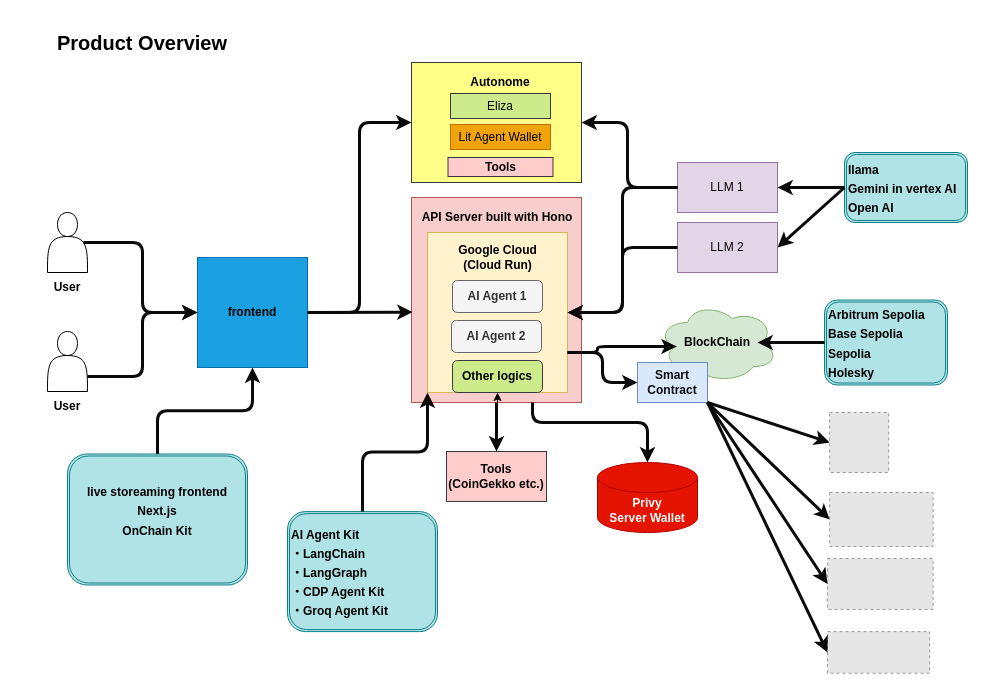
Above: page "Page-1" (1 of 2) of docs/architecture.drawio in mashharuki/AgenticEthereum2025 (draw.io), before the change. Source tidied: cells renumbered, new cells numbered last; positions are measured from the earlier drawing's top-left corner, leaving out a move shared by most shapes. Both pictures are drawn from the tidied source at 100%, with x=0, y=0 at pixel (17, 17). Pictures stored in the file or linked from it are replaced by grey dashed boxes.
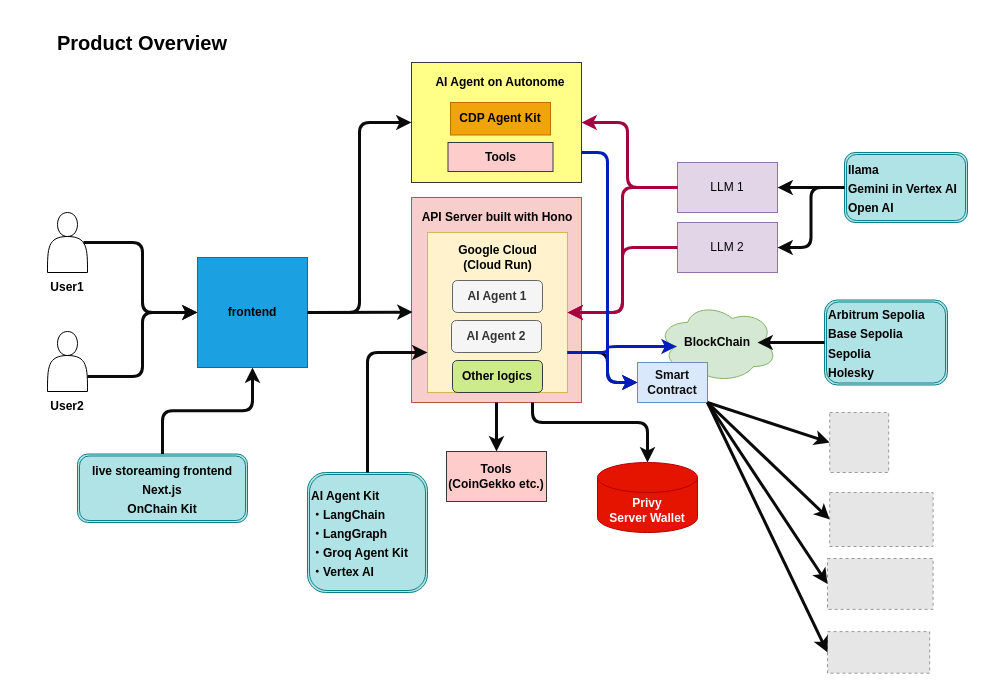
After the change.

Commit message:
fix(api): correct configuration issues in agent setup

Unchanged cells that the change refers to:
```xml
<mxCell id="9" value="&lt;font color=&quot;#050505&quot;&gt;&lt;b&gt;BlockChain&lt;/b&gt;&lt;/font&gt;" style="ellipse;shape=cloud;whiteSpace=wrap;html=1;fillColor=#d5e8d4;strokeColor=#82b366;" parent="1" vertex="1">
  <mxGeometry x="640" y="285" width="120" height="80" as="geometry" />
</mxCell>
<mxCell id="10" value="&lt;font color=&quot;#030303&quot;&gt;LLM 1&lt;/font&gt;" style="rounded=0;whiteSpace=wrap;html=1;fillColor=#e1d5e7;strokeColor=#9673a6;" parent="1" vertex="1">
  <mxGeometry x="660" y="145" width="100" height="50" as="geometry" />
</mxCell>
<mxCell id="11" value="&lt;font color=&quot;#0d0c0c&quot;&gt;&lt;b&gt;Smart&lt;br&gt;Contract&lt;br&gt;&lt;/b&gt;&lt;/font&gt;" style="rounded=0;whiteSpace=wrap;html=1;fillColor=#dae8fc;strokeColor=#6c8ebf;" parent="1" vertex="1">
  <mxGeometry x="620" y="345" width="70" height="40" as="geometry" />
</mxCell>
<mxCell id="12" value="&lt;font color=&quot;#080707&quot;&gt;LLM 2&lt;/font&gt;" style="rounded=0;whiteSpace=wrap;html=1;fillColor=#e1d5e7;strokeColor=#9673a6;" parent="1" vertex="1">
  <mxGeometry x="660" y="205" width="100" height="50" as="geometry" />
</mxCell>
<mxCell id="14" style="rounded=0;whiteSpace=wrap;html=1;fillColor=#fff2cc;strokeColor=#d6b656;" parent="1" vertex="1">
  <mxGeometry x="410" y="215" width="140" height="160" as="geometry" />
</mxCell>
<mxCell id="21" value="&lt;font color=&quot;#000000&quot;&gt;&lt;b&gt;Other logics&lt;/b&gt;&lt;/font&gt;" style="rounded=1;whiteSpace=wrap;html=1;fillColor=#cdeb8b;strokeColor=#36393d;" parent="1" vertex="1">
  <mxGeometry x="435" y="343" width="90" height="32" as="geometry" />
</mxCell>
<mxCell id="29" value="&lt;font color=&quot;#030303&quot;&gt;&lt;b&gt;Tools&lt;br&gt;(CoinGekko etc.)&lt;br&gt;&lt;/b&gt;&lt;/font&gt;" style="rounded=0;whiteSpace=wrap;html=1;fillColor=#ffcccc;strokeColor=#36393d;" parent="1" vertex="1">
  <mxGeometry x="429" y="434" width="100" height="50" as="geometry" />
</mxCell>
<mxCell id="38" style="rounded=0;whiteSpace=wrap;html=1;fillColor=#ffff88;strokeColor=#36393d;" parent="1" vertex="1">
  <mxGeometry x="394" y="45" width="170" height="120" as="geometry" />
</mxCell>
```

The edit, as a diff of the source:
```diff
@@
-    <mxCell id="4" value="&lt;font color=&quot;#000000&quot;&gt;&lt;b&gt;User&lt;/b&gt;&lt;/font&gt;" style="text;html=1;strokeColor=none;fillColor=none;align=center;verticalAlign=middle;whiteSpace=wrap;rounded=0;" parent="1" vertex="1">
+    <mxCell id="4" value="&lt;font color=&quot;#000000&quot;&gt;&lt;b&gt;User1&lt;/b&gt;&lt;/font&gt;" style="text;html=1;strokeColor=none;fillColor=none;align=center;verticalAlign=middle;whiteSpace=wrap;rounded=0;" parent="1" vertex="1">
       <mxGeometry x="20" y="255" width="60" height="30" as="geometry" />
     </mxCell>
@@
-    <mxCell id="6" value="&lt;font color=&quot;#000000&quot;&gt;&lt;b&gt;User&lt;/b&gt;&lt;/font&gt;" style="text;html=1;strokeColor=none;fillColor=none;align=center;verticalAlign=middle;whiteSpace=wrap;rounded=0;" parent="1" vertex="1">
+    <mxCell id="6" value="&lt;font color=&quot;#000000&quot;&gt;&lt;b&gt;User2&lt;/b&gt;&lt;/font&gt;" style="text;html=1;strokeColor=none;fillColor=none;align=center;verticalAlign=middle;whiteSpace=wrap;rounded=0;" parent="1" vertex="1">
       <mxGeometry x="20" y="374" width="60" height="30" as="geometry" />
     </mxCell>
@@
-    <mxCell id="22" value="&lt;font style=&quot;font-size: 12px;&quot;&gt;live storeaming frontend&lt;br&gt;Next.js&lt;br&gt;OnChain Kit&lt;br&gt;&lt;br&gt;&lt;/font&gt;" style="shape=ext;double=1;rounded=1;whiteSpace=wrap;html=1;fontSize=16;fillColor=#b0e3e6;strokeColor=#0e8088;fontColor=#000000;fontStyle=1;" parent="1" vertex="1">
-      <mxGeometry x="50" y="436.5" width="180" height="131" as="geometry" />
+    <mxCell id="22" value="&lt;font style=&quot;font-size: 12px;&quot;&gt;live storeaming frontend&lt;br&gt;Next.js&lt;br&gt;OnChain Kit&lt;br&gt;&lt;/font&gt;" style="shape=ext;double=1;rounded=1;whiteSpace=wrap;html=1;fontSize=16;fillColor=#b0e3e6;strokeColor=#0e8088;fontColor=#000000;fontStyle=1;" parent="1" vertex="1">
+      <mxGeometry x="60" y="436.5" width="170" height="68.5" as="geometry" />
     </mxCell>
@@
-    <mxCell id="24" style="endArrow=classic;html=1;fontColor=#000000;labelBorderColor=#000000;strokeColor=#0b0a0a;strokeWidth=3;entryX=1;entryY=0.5;entryDx=0;entryDy=0;exitX=0;exitY=0.5;exitDx=0;exitDy=0;edgeStyle=orthogonalEdgeStyle;" parent="1" edge="1" source="10" target="14">
+    <mxCell id="24" style="endArrow=classic;html=1;fontColor=#000000;labelBorderColor=#000000;strokeColor=#A50040;strokeWidth=3;entryX=1;entryY=0.5;entryDx=0;entryDy=0;exitX=0;exitY=0.5;exitDx=0;exitDy=0;edgeStyle=orthogonalEdgeStyle;fillColor=#d80073;" parent="1" edge="1" source="10" target="14">
       <mxGeometry relative="1" as="geometry" />
     </mxCell>
-    <mxCell id="25" style="endArrow=classic;html=1;fontColor=#000000;labelBorderColor=#000000;strokeColor=#0b0a0a;strokeWidth=3;entryX=1;entryY=0.5;entryDx=0;entryDy=0;edgeStyle=orthogonalEdgeStyle;" parent="1" edge="1" source="12" target="14">
+    <mxCell id="25" style="endArrow=classic;html=1;fontColor=#000000;labelBorderColor=#000000;strokeColor=#A50040;strokeWidth=3;entryX=1;entryY=0.5;entryDx=0;entryDy=0;edgeStyle=orthogonalEdgeStyle;fillColor=#d80073;" parent="1" edge="1" source="12" target="14">
       <mxGeometry relative="1" as="geometry" />
     </mxCell>
     <mxCell id="26" style="endArrow=classic;html=1;fontColor=#000000;labelBorderColor=#000000;strokeColor=#0b0a0a;strokeWidth=3;entryX=0;entryY=0.5;entryDx=0;entryDy=0;exitX=1;exitY=0.75;exitDx=0;exitDy=0;edgeStyle=orthogonalEdgeStyle;" parent="1" edge="1" source="14" target="11">
-      <mxGeometry relative="1" as="geometry" />
+      <mxGeometry relative="1" as="geometry">
+        <Array as="points">
+          <mxPoint x="590" y="335" />
+          <mxPoint x="590" y="365" />
+        </Array>
+      </mxGeometry>
     </mxCell>
-    <mxCell id="27" style="endArrow=classic;html=1;fontColor=#000000;labelBorderColor=#000000;strokeColor=#0b0a0a;strokeWidth=3;entryX=0.16;entryY=0.55;entryDx=0;entryDy=0;edgeStyle=orthogonalEdgeStyle;entryPerimeter=0;" parent="1" edge="1" target="9">
+    <mxCell id="27" style="endArrow=classic;html=1;fontColor=#000000;labelBorderColor=#000000;strokeColor=#001DBC;strokeWidth=3;entryX=0.16;entryY=0.55;entryDx=0;entryDy=0;edgeStyle=orthogonalEdgeStyle;entryPerimeter=0;fillColor=#0050ef;" parent="1" edge="1" target="9">
       <mxGeometry relative="1" as="geometry">
         <mxPoint x="550" y="335" as="sourcePoint" />
         <Array as="points">
-          <mxPoint x="580" y="335" />
-          <mxPoint x="580" y="329" />
+          <mxPoint x="590" y="335" />
+          <mxPoint x="590" y="329" />
         </Array>
       </mxGeometry>
     </mxCell>
-    <mxCell id="28" style="edgeStyle=orthogonalEdgeStyle;html=1;fontColor=#000000;" parent="1" edge="1" source="29" target="21">
-      <mxGeometry relative="1" as="geometry" />
-    </mxCell>
@@
-    <mxCell id="31" value="&lt;span style=&quot;font-size: 12px;&quot;&gt;AI Agent Kit&lt;br&gt;・LangChain&lt;br&gt;・LangGraph&lt;br&gt;・CDP Agent Kit&lt;br&gt;・Groq Agent Kit&lt;br&gt;&lt;/span&gt;" style="shape=ext;double=1;rounded=1;whiteSpace=wrap;html=1;fontSize=16;fillColor=#b0e3e6;strokeColor=#0e8088;fontColor=#000000;fontStyle=1;align=left;" parent="1" vertex="1">
-      <mxGeometry x="270" y="494.1" width="150" height="120" as="geometry" />
+    <mxCell id="31" value="&lt;span style=&quot;font-size: 12px;&quot;&gt;AI Agent Kit&lt;br&gt;・LangChain&lt;br&gt;・LangGraph&lt;br&gt;・Groq Agent Kit&lt;br&gt;・Vertex AI&lt;br&gt;&lt;/span&gt;" style="shape=ext;double=1;rounded=1;whiteSpace=wrap;html=1;fontSize=16;fillColor=#b0e3e6;strokeColor=#0e8088;fontColor=#000000;fontStyle=1;align=left;" parent="1" vertex="1">
+      <mxGeometry x="290" y="455" width="120" height="120" as="geometry" />
     </mxCell>
-    <mxCell id="32" style="endArrow=classic;html=1;fontColor=#000000;labelBorderColor=#000000;strokeColor=#0b0a0a;strokeWidth=3;exitX=0.5;exitY=0;exitDx=0;exitDy=0;entryX=0;entryY=1;entryDx=0;entryDy=0;edgeStyle=orthogonalEdgeStyle;" parent="1" edge="1" source="31" target="14">
+    <mxCell id="32" style="endArrow=classic;html=1;fontColor=#000000;labelBorderColor=#000000;strokeColor=#0b0a0a;strokeWidth=3;exitX=0.5;exitY=0;exitDx=0;exitDy=0;entryX=0;entryY=0.75;entryDx=0;entryDy=0;edgeStyle=orthogonalEdgeStyle;" parent="1" edge="1" source="31" target="14">
       <mxGeometry relative="1" as="geometry" />
     </mxCell>
-    <mxCell id="33" value="&lt;span style=&quot;font-size: 12px;&quot;&gt;llama&lt;br&gt;Gemini in vertex AI&lt;br&gt;Open AI&lt;br&gt;&lt;/span&gt;" style="shape=ext;double=1;rounded=1;whiteSpace=wrap;html=1;fontSize=16;fillColor=#b0e3e6;strokeColor=#0e8088;fontColor=#000000;fontStyle=1;align=left;" parent="1" vertex="1">
+    <mxCell id="33" value="&lt;span style=&quot;font-size: 12px;&quot;&gt;llama&lt;br&gt;Gemini in Vertex AI&lt;br&gt;Open AI&lt;br&gt;&lt;/span&gt;" style="shape=ext;double=1;rounded=1;whiteSpace=wrap;html=1;fontSize=16;fillColor=#b0e3e6;strokeColor=#0e8088;fontColor=#000000;fontStyle=1;align=left;" parent="1" vertex="1">
       <mxGeometry x="827" y="135" width="123" height="70" as="geometry" />
     </mxCell>
@@
-    <mxCell id="35" style="endArrow=classic;html=1;fontColor=#000000;labelBorderColor=#000000;strokeColor=#0b0a0a;strokeWidth=3;entryX=1;entryY=0.5;entryDx=0;entryDy=0;exitX=0;exitY=0.5;exitDx=0;exitDy=0;" parent="1" edge="1" source="33" target="12">
+    <mxCell id="35" style="endArrow=classic;html=1;fontColor=#000000;labelBorderColor=#000000;strokeColor=#0b0a0a;strokeWidth=3;entryX=1;entryY=0.5;entryDx=0;entryDy=0;exitX=0;exitY=0.5;exitDx=0;exitDy=0;edgeStyle=orthogonalEdgeStyle;" parent="1" edge="1" source="33" target="12">
       <mxGeometry relative="1" as="geometry" />
     </mxCell>
@@
-    <mxCell id="39" value="&lt;font color=&quot;#000000&quot;&gt;&lt;b&gt;Autonome&lt;/b&gt;&lt;/font&gt;" style="text;html=1;strokeColor=none;fillColor=none;align=center;verticalAlign=middle;whiteSpace=wrap;rounded=0;" parent="1" vertex="1">
+    <mxCell id="39" value="&lt;font color=&quot;#000000&quot;&gt;&lt;b&gt;AI Agent on Autonome&lt;/b&gt;&lt;/font&gt;" style="text;html=1;strokeColor=none;fillColor=none;align=center;verticalAlign=middle;whiteSpace=wrap;rounded=0;" parent="1" vertex="1">
       <mxGeometry x="416" y="50" width="134" height="30" as="geometry" />
     </mxCell>
-    <mxCell id="40" value="&lt;font color=&quot;#030303&quot;&gt;Eliza&lt;/font&gt;" style="rounded=0;whiteSpace=wrap;html=1;fillColor=#cdeb8b;strokeColor=#36393d;" parent="1" vertex="1">
-      <mxGeometry x="433" y="76" width="100" height="25" as="geometry" />
-    </mxCell>
     <mxCell id="41" value="&lt;font color=&quot;#030303&quot;&gt;&lt;b&gt;Tools&lt;br&gt;&lt;/b&gt;&lt;/font&gt;" style="rounded=0;whiteSpace=wrap;html=1;fillColor=#ffcccc;strokeColor=#36393d;" parent="1" vertex="1">
-      <mxGeometry x="430.5" y="140" width="105" height="19" as="geometry" />
+      <mxGeometry x="430.5" y="125" width="105" height="29" as="geometry" />
     </mxCell>
@@
-    <mxCell id="43" style="endArrow=classic;html=1;fontColor=#000000;labelBorderColor=#000000;strokeColor=#0b0a0a;strokeWidth=3;entryX=1;entryY=0.5;entryDx=0;entryDy=0;exitX=0;exitY=0.5;exitDx=0;exitDy=0;edgeStyle=orthogonalEdgeStyle;" parent="1" edge="1" source="10" target="38">
+    <mxCell id="43" style="endArrow=classic;html=1;fontColor=#000000;labelBorderColor=#000000;strokeColor=#A50040;strokeWidth=3;entryX=1;entryY=0.5;entryDx=0;entryDy=0;exitX=0;exitY=0.5;exitDx=0;exitDy=0;edgeStyle=orthogonalEdgeStyle;fillColor=#d80073;" parent="1" edge="1" source="10" target="38">
       <mxGeometry relative="1" as="geometry">
         <Array as="points">
           <mxPoint x="610" y="170" />
           <mxPoint x="610" y="105" />
         </Array>
       </mxGeometry>
     </mxCell>
-    <mxCell id="44" value="&lt;font color=&quot;#030303&quot;&gt;Lit Agent Wallet&lt;/font&gt;" style="rounded=0;whiteSpace=wrap;html=1;fillColor=#f0a30a;strokeColor=#BD7000;fontColor=#000000;" parent="1" vertex="1">
-      <mxGeometry x="433" y="107" width="100" height="25" as="geometry" />
+    <mxCell id="44" value="&lt;font color=&quot;#030303&quot;&gt;&lt;b&gt;CDP Agent Kit&lt;/b&gt;&lt;/font&gt;" style="rounded=0;whiteSpace=wrap;html=1;fillColor=#f0a30a;strokeColor=#BD7000;fontColor=#000000;" parent="1" vertex="1">
+      <mxGeometry x="433" y="85" width="100" height="32.5" as="geometry" />
     </mxCell>
@@
+    <mxCell id="55" style="endArrow=classic;html=1;fontColor=#000000;labelBorderColor=#000000;strokeColor=#001DBC;strokeWidth=3;entryX=0;entryY=0.5;entryDx=0;entryDy=0;edgeStyle=orthogonalEdgeStyle;exitX=1;exitY=0.75;exitDx=0;exitDy=0;fillColor=#0050ef;" parent="1" edge="1" source="38" target="11">
+      <mxGeometry relative="1" as="geometry">
+        <Array as="points">
+          <mxPoint x="590" y="135" />
+          <mxPoint x="590" y="365" />
+        </Array>
+      </mxGeometry>
+    </mxCell>
```
